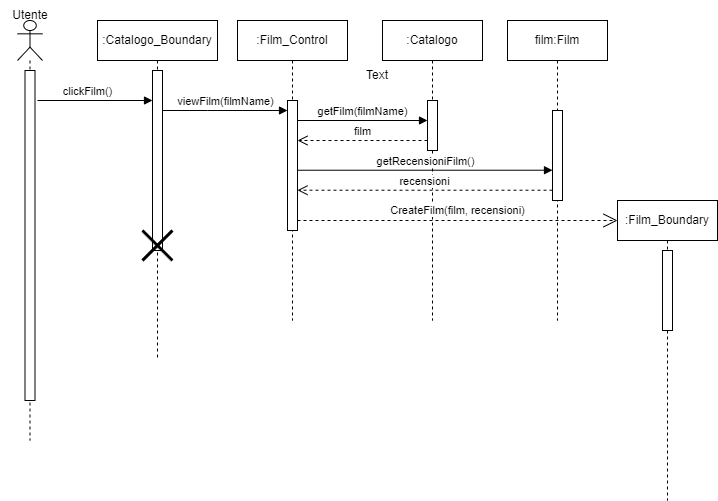
Earlier version of the draw.io export New Diagrams/Sequence Diagrams/UC04 Visualizzazione Dettagli Film.png (superfra01/Rated). Source tidied: cells renumbered, new cells last; positions are measured from the earlier drawing's top-left corner, leaving out a move shared by most shapes.
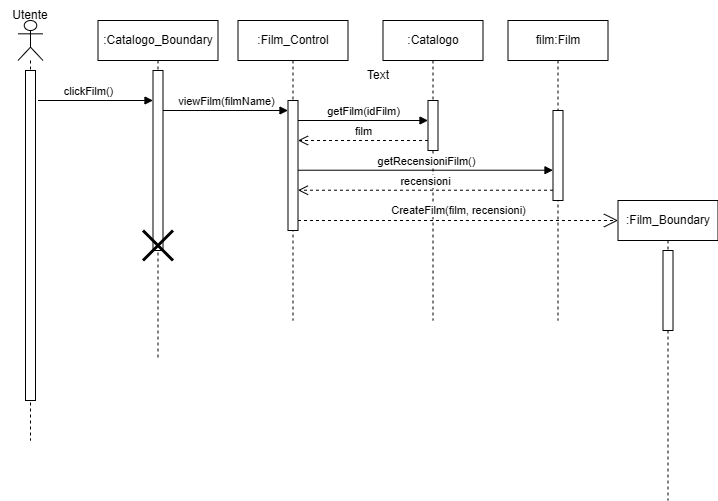
The same diagram one commit later.

The edit, as a diff of the source:
```diff
@@ -2,10 +2,10 @@
   <root>
     <mxCell id="0" />
     <mxCell id="1" parent="0" />
-    <mxCell id="2" style="shape=umlLifeline;perimeter=lifelinePerimeter;whiteSpace=wrap;html=1;newEdgeStyle={&quot;curved&quot;:0,&quot;rounded&quot;:0};participant=umlActor;" parent="1" vertex="1">
-      <mxGeometry x="18" y="20" width="25" height="420" as="geometry" />
-    </mxCell>
+    <mxCell id="24" style="shape=umlLifeline;perimeter=lifelinePerimeter;whiteSpace=wrap;html=1;newEdgeStyle={&quot;curved&quot;:0,&quot;rounded&quot;:0};participant=umlActor;" parent="1" vertex="1">
+      <mxGeometry x="18" y="20" width="25" height="420" as="geometry" />
+    </mxCell>
-    <mxCell id="3" style="html=1;perimeter=orthogonalPerimeter;targetShapes=umlLifeline;newEdgeStyle={&quot;curved&quot;:0,&quot;rounded&quot;:0};" parent="2" vertex="1">
+    <mxCell id="3" style="html=1;perimeter=orthogonalPerimeter;targetShapes=umlLifeline;newEdgeStyle={&quot;curved&quot;:0,&quot;rounded&quot;:0};" parent="24" vertex="1">
       <mxGeometry x="7.5" y="50" width="10" height="330" as="geometry" />
     </mxCell>
     <mxCell id="4" value="film:Film" style="shape=umlLifeline;perimeter=lifelinePerimeter;whiteSpace=wrap;html=1;newEdgeStyle={&quot;curved&quot;:0,&quot;rounded&quot;:0};" parent="1" vertex="1">
@@ -47,11 +47,11 @@
     <mxCell id="14" style="html=1;points=[[0,0,0,0,5],[0,1,0,0,-5],[1,0,0,0,5],[1,1,0,0,-5]];perimeter=orthogonalPerimeter;outlineConnect=0;targetShapes=umlLifeline;portConstraint=eastwest;newEdgeStyle={&quot;curved&quot;:0,&quot;rounded&quot;:0};" parent="13" vertex="1">
       <mxGeometry x="45" y="80" width="10" height="50" as="geometry" />
     </mxCell>
-    <mxCell id="15" value="getFilm(filmName)" style="html=1;verticalAlign=bottom;endArrow=block;curved=0;rounded=0;" parent="1" edge="1" target="14">
-      <mxGeometry relative="1" as="geometry">
-        <mxPoint x="298" y="120" as="sourcePoint" />
-      </mxGeometry>
-    </mxCell>
+    <mxCell id="25" value="getFilm(idFilm)" style="html=1;verticalAlign=bottom;endArrow=block;curved=0;rounded=0;" parent="1" edge="1" target="14">
+      <mxGeometry relative="1" as="geometry">
+        <mxPoint x="298" y="120" as="sourcePoint" />
+      </mxGeometry>
+    </mxCell>
     <mxCell id="16" value="film" style="html=1;verticalAlign=bottom;endArrow=open;dashed=1;endSize=8;curved=0;rounded=0;" parent="1" edge="1" source="14">
       <mxGeometry relative="1" as="geometry">
         <mxPoint x="298" y="140" as="targetPoint" />
```
